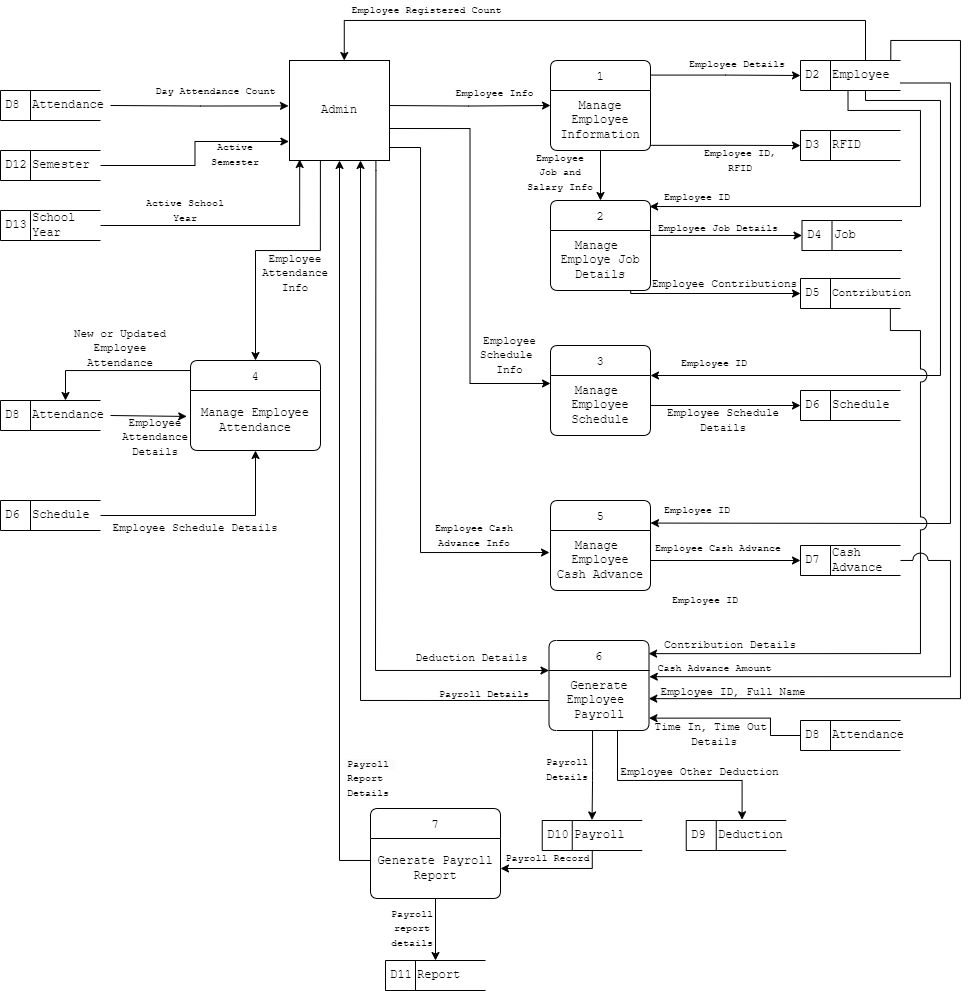
This is DOCUMENTS/New Admin Module.png from lester-afk/Payroll-System, a draw.io export, as it was before one commit. Source tidied: cells renumbered, new cells last; positions are measured from the earlier drawing's top-left corner, leaving out a move shared by most shapes.
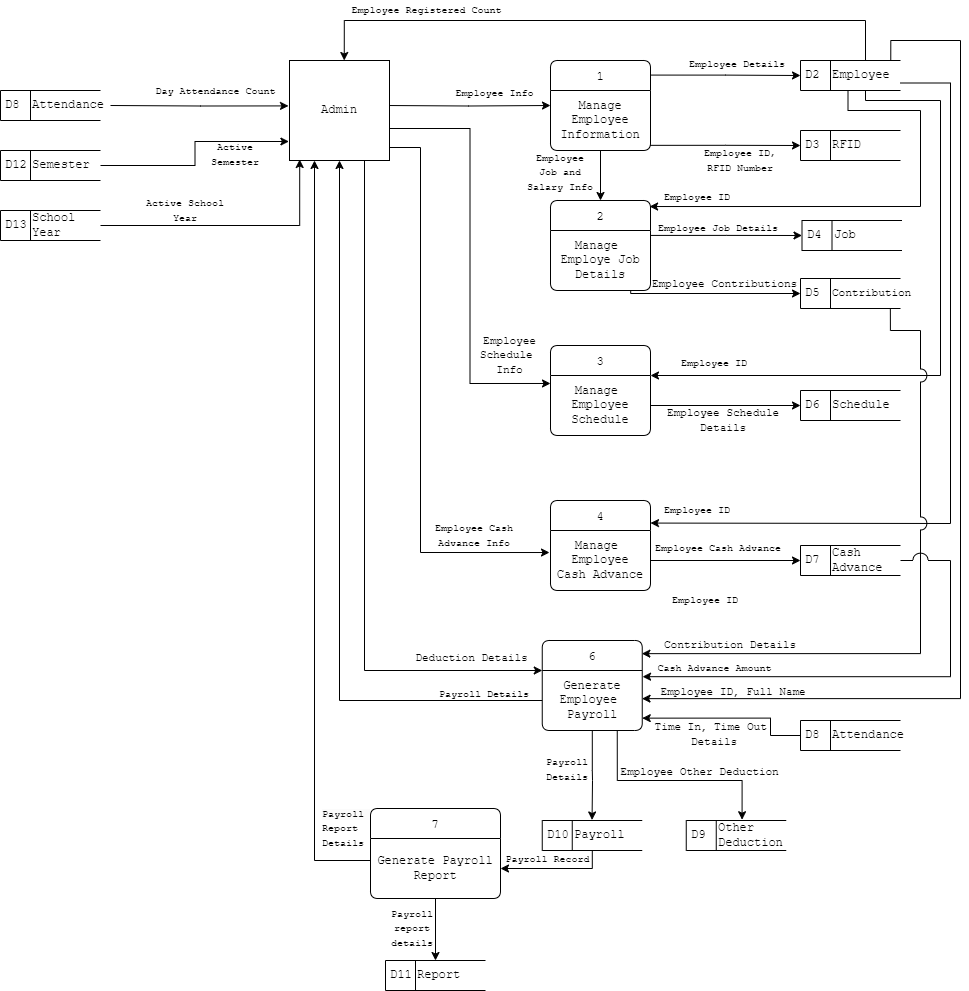
Above is the later version.

Diff of the diagram source:
```diff
@@ -83,7 +83,7 @@
     <mxCell id="18" value="Manage&amp;nbsp;&lt;br&gt;Employee&lt;div&gt;Schedule&lt;/div&gt;" style="text;html=1;align=center;verticalAlign=middle;whiteSpace=wrap;rounded=0;fontFamily=Courier New;" parent="17" vertex="1">
       <mxGeometry y="30" width="100" height="60" as="geometry" />
     </mxCell>
-    <mxCell id="19" value="5" style="swimlane;fontStyle=0;horizontal=1;startSize=30;fillColor=#ffffff;swimlaneFillColor=#ffffff;absoluteArcSize=1;arcSize=15;rounded=1;fontFamily=Courier New;" parent="1" vertex="1">
+    <mxCell id="19" value="4" style="swimlane;fontStyle=0;horizontal=1;startSize=30;fillColor=#ffffff;swimlaneFillColor=#ffffff;absoluteArcSize=1;arcSize=15;rounded=1;fontFamily=Courier New;" parent="1" vertex="1">
       <mxGeometry x="550" y="500" width="100" height="90" as="geometry" />
     </mxCell>
     <mxCell id="20" value="Manage&amp;nbsp;&lt;br&gt;Employee&lt;br&gt;Cash Advance" style="text;html=1;align=center;verticalAlign=middle;whiteSpace=wrap;rounded=0;fontFamily=Courier New;" parent="19" vertex="1">
@@ -102,7 +102,7 @@
       <mxGeometry x="830" y="545" width="70" height="30" as="geometry" />
     </mxCell>
     <mxCell id="25" value="6" style="swimlane;fontStyle=0;horizontal=1;startSize=30;fillColor=#ffffff;swimlaneFillColor=#ffffff;absoluteArcSize=1;arcSize=15;rounded=1;fontFamily=Courier New;" parent="1" vertex="1">
-      <mxGeometry x="548.5" y="640" width="100" height="90" as="geometry" />
+      <mxGeometry x="541.8" y="640" width="100" height="90" as="geometry" />
     </mxCell>
     <mxCell id="26" value="Generate&lt;div&gt;Employee&amp;nbsp;&lt;div&gt;Payroll&lt;/div&gt;&lt;/div&gt;" style="text;html=1;align=center;verticalAlign=middle;whiteSpace=wrap;rounded=0;fontFamily=Courier New;" parent="25" vertex="1">
       <mxGeometry y="30" width="100" height="60" as="geometry" />
@@ -138,7 +138,7 @@
     <mxCell id="34" value="&lt;font style=&quot;font-size: 10px;&quot;&gt;Employee Details&lt;/font&gt;" style="text;html=1;align=center;verticalAlign=middle;whiteSpace=wrap;rounded=0;fontFamily=Courier New;" parent="1" vertex="1">
       <mxGeometry x="684.2" y="54" width="105.8" height="20" as="geometry" />
     </mxCell>
-    <mxCell id="35" value="&lt;font style=&quot;font-size: 10px;&quot;&gt;Employee ID, RFID&lt;/font&gt;" style="text;html=1;align=center;verticalAlign=middle;whiteSpace=wrap;rounded=0;fontFamily=Courier New;" parent="1" vertex="1">
+    <mxCell id="35" value="&lt;font style=&quot;font-size: 10px;&quot;&gt;Employee ID, RFID Number&lt;/font&gt;" style="text;html=1;align=center;verticalAlign=middle;whiteSpace=wrap;rounded=0;fontFamily=Courier New;" parent="1" vertex="1">
       <mxGeometry x="690" y="150" width="100" height="20" as="geometry" />
     </mxCell>
     <mxCell id="36" value="&lt;font style=&quot;font-size: 10px;&quot;&gt;Employee Job&amp;nbsp;&lt;/font&gt;&lt;span style=&quot;font-size: 10px; background-color: initial;&quot;&gt;and Salary&amp;nbsp;&lt;/span&gt;&lt;span style=&quot;font-size: 10px; background-color: initial;&quot;&gt;Info&lt;/span&gt;" style="text;html=1;align=center;verticalAlign=middle;whiteSpace=wrap;rounded=0;fontFamily=Courier New;" parent="1" vertex="1">
@@ -269,18 +269,17 @@
     <mxCell id="69" value="&lt;div style=&quot;text-align: center;&quot;&gt;&lt;span style=&quot;font-size: 10px;&quot;&gt;Payroll report details&lt;/span&gt;&lt;/div&gt;" style="text;whiteSpace=wrap;html=1;fontFamily=Courier New;" parent="1" vertex="1">
       <mxGeometry x="389" y="900" width="30" height="32" as="geometry" />
     </mxCell>
-    <mxCell id="70" style="edgeStyle=orthogonalEdgeStyle;rounded=0;jettySize=auto;html=1;exitX=0;exitY=0.5;exitDx=0;exitDy=0;fontFamily=Courier New;" parent="1" edge="1" source="26">
+    <mxCell id="70" style="edgeStyle=orthogonalEdgeStyle;rounded=0;jettySize=auto;html=1;exitX=0;exitY=0.5;exitDx=0;exitDy=0;entryX=0.5;entryY=1;entryDx=0;entryDy=0;fontFamily=Courier New;" parent="1" edge="1" source="26" target="91">
       <mxGeometry relative="1" as="geometry">
-        <mxPoint x="360" y="160" as="targetPoint" />
         <Array as="points">
-          <mxPoint x="360" y="700" />
+          <mxPoint x="339" y="700" />
         </Array>
       </mxGeometry>
     </mxCell>
-    <mxCell id="71" style="edgeStyle=orthogonalEdgeStyle;rounded=0;jettySize=auto;html=1;entryX=0.5;entryY=1;entryDx=0;entryDy=0;fontFamily=Courier New;" parent="1" edge="1" source="64" target="91">
+    <mxCell id="71" style="edgeStyle=orthogonalEdgeStyle;rounded=0;jettySize=auto;html=1;entryX=0.25;entryY=1;entryDx=0;entryDy=0;fontFamily=Courier New;" parent="1" edge="1" source="64" target="91">
       <mxGeometry relative="1" as="geometry">
         <Array as="points">
-          <mxPoint x="339" y="860" />
+          <mxPoint x="314" y="860" />
         </Array>
       </mxGeometry>
     </mxCell>
@@ -288,7 +287,7 @@
       <mxGeometry x="433.5" y="689" width="100" height="10" as="geometry" />
     </mxCell>
     <mxCell id="73" value="&lt;span style=&quot;color: rgb(0, 0, 0); font-size: 10px; font-style: normal; font-variant-ligatures: normal; font-variant-caps: normal; font-weight: 400; letter-spacing: normal; orphans: 2; text-align: center; text-indent: 0px; text-transform: none; widows: 2; word-spacing: 0px; -webkit-text-stroke-width: 0px; white-space: normal; background-color: rgb(251, 251, 251); text-decoration-thickness: initial; text-decoration-style: initial; text-decoration-color: initial; float: none; display: inline !important;&quot;&gt;Payroll&amp;nbsp;&lt;/span&gt;&lt;div&gt;&lt;span style=&quot;font-size: 10px; text-align: center;&quot;&gt;Report&amp;nbsp;&lt;/span&gt;&lt;/div&gt;&lt;div&gt;&lt;span style=&quot;background-color: initial; font-size: 10px; text-align: center;&quot;&gt;Details&lt;/span&gt;&lt;/div&gt;" style="text;whiteSpace=wrap;html=1;fontFamily=Courier New;" parent="1" vertex="1">
-      <mxGeometry x="345" y="750" width="35" height="50" as="geometry" />
+      <mxGeometry x="319.5" y="800" width="35" height="50" as="geometry" />
     </mxCell>
     <mxCell id="74" value="&lt;font style=&quot;font-size: 11px;&quot;&gt;Employee Schedule&amp;nbsp;&lt;/font&gt;&lt;div&gt;&lt;span style=&quot;font-size: 11px; background-color: initial;&quot;&gt;Info&lt;/span&gt;&lt;/div&gt;" style="text;html=1;align=center;verticalAlign=middle;whiteSpace=wrap;rounded=0;fontFamily=Courier New;" parent="1" vertex="1">
       <mxGeometry x="485" y="330" width="48.5" height="50" as="geometry" />
@@ -337,22 +336,13 @@
     <mxCell id="88" value="&lt;font style=&quot;font-size: 10px;&quot;&gt;Active School Year&lt;/font&gt;" style="text;html=1;align=center;verticalAlign=middle;whiteSpace=wrap;rounded=0;fontFamily=Courier New;" parent="1" vertex="1">
       <mxGeometry x="140" y="199" width="90" height="21" as="geometry" />
     </mxCell>
-    <mxCell id="89" style="edgeStyle=orthogonalEdgeStyle;rounded=0;jettySize=auto;html=1;exitX=0.864;exitY=1.002;exitDx=0;exitDy=0;entryX=0;entryY=0;entryDx=0;entryDy=0;exitPerimeter=0;" parent="1" edge="1" source="91" target="26">
+    <mxCell id="89" style="edgeStyle=orthogonalEdgeStyle;rounded=0;jettySize=auto;html=1;exitX=0.75;exitY=1;exitDx=0;exitDy=0;entryX=0;entryY=0;entryDx=0;entryDy=0;" parent="1" edge="1" source="91" target="26">
       <mxGeometry relative="1" as="geometry">
         <Array as="points">
-          <mxPoint x="375" y="170" />
-          <mxPoint x="375" y="670" />
+          <mxPoint x="364" y="670" />
         </Array>
       </mxGeometry>
     </mxCell>
-    <mxCell id="90" style="edgeStyle=orthogonalEdgeStyle;rounded=0;jettySize=auto;html=1;exitX=0.309;exitY=0.998;exitDx=0;exitDy=0;entryX=0.5;entryY=0;entryDx=0;entryDy=0;exitPerimeter=0;" parent="1" edge="1" source="91" target="99">
-      <mxGeometry relative="1" as="geometry">
-        <Array as="points">
-          <mxPoint x="320" y="250" />
-          <mxPoint x="255" y="250" />
-        </Array>
-      </mxGeometry>
-    </mxCell>
     <mxCell id="91" value="Admin" style="whiteSpace=wrap;html=1;fontFamily=Courier New;" parent="1" vertex="1">
       <mxGeometry x="289" y="60" width="100" height="100" as="geometry" />
     </mxCell>
@@ -375,7 +365,7 @@
     <mxCell id="96" value="D9" style="html=1;dashed=0;whiteSpace=wrap;shape=mxgraph.dfd.dataStoreID;align=left;spacingLeft=3;fontFamily=Courier New;" parent="1" vertex="1">
       <mxGeometry x="685.8" y="820" width="100" height="30" as="geometry" />
     </mxCell>
-    <mxCell id="97" value="Deduction" style="text;html=1;align=left;verticalAlign=middle;whiteSpace=wrap;rounded=0;fontFamily=Courier New;" parent="1" vertex="1">
+    <mxCell id="97" value="Other Deduction" style="text;html=1;align=left;verticalAlign=middle;whiteSpace=wrap;rounded=0;fontFamily=Courier New;" parent="1" vertex="1">
       <mxGeometry x="715.8" y="820" width="70" height="30" as="geometry" />
     </mxCell>
     <mxCell id="98" style="edgeStyle=orthogonalEdgeStyle;rounded=0;jettySize=auto;html=1;exitX=0.75;exitY=1;exitDx=0;exitDy=0;entryX=0.369;entryY=-0.026;entryDx=0;entryDy=0;entryPerimeter=0;fontFamily=Courier New;" parent="1" edge="1" source="26" target="97">
@@ -386,46 +376,5 @@
         </Array>
       </mxGeometry>
     </mxCell>
-    <mxCell id="99" value="4" style="swimlane;fontStyle=0;horizontal=1;startSize=30;fillColor=#ffffff;swimlaneFillColor=#ffffff;absoluteArcSize=1;arcSize=15;rounded=1;fontFamily=Courier New;" parent="1" vertex="1">
-      <mxGeometry x="190" y="360" width="130" height="90" as="geometry" />
-    </mxCell>
-    <mxCell id="100" value="Manage Employee Attendance" style="text;html=1;align=center;verticalAlign=middle;whiteSpace=wrap;rounded=0;fontFamily=Courier New;" parent="99" vertex="1">
-      <mxGeometry y="30" width="130" height="60" as="geometry" />
-    </mxCell>
-    <mxCell id="101" value="D8" style="html=1;dashed=0;whiteSpace=wrap;shape=mxgraph.dfd.dataStoreID;align=left;spacingLeft=3;fontFamily=Courier New;" parent="1" vertex="1">
-      <mxGeometry y="400" width="100" height="30" as="geometry" />
-    </mxCell>
-    <mxCell id="102" value="Attendance" style="text;html=1;align=left;verticalAlign=middle;whiteSpace=wrap;rounded=0;fontFamily=Courier New;" parent="1" vertex="1">
-      <mxGeometry x="30" y="400" width="70" height="30" as="geometry" />
-    </mxCell>
-    <mxCell id="103" style="edgeStyle=orthogonalEdgeStyle;rounded=0;jettySize=auto;html=1;entryX=-0.029;entryY=0.432;entryDx=0;entryDy=0;entryPerimeter=0;" parent="1" edge="1" target="100">
-      <mxGeometry relative="1" as="geometry">
-        <mxPoint x="110" y="415" as="sourcePoint" />
-      </mxGeometry>
-    </mxCell>
-    <mxCell id="104" style="edgeStyle=orthogonalEdgeStyle;rounded=0;jettySize=auto;html=1;exitX=0;exitY=0;exitDx=0;exitDy=0;entryX=0.5;entryY=0;entryDx=0;entryDy=0;" parent="1" edge="1" source="100" target="102">
-      <mxGeometry relative="1" as="geometry" />
-    </mxCell>
-    <mxCell id="105" value="D6" style="html=1;dashed=0;whiteSpace=wrap;shape=mxgraph.dfd.dataStoreID;align=left;spacingLeft=3;fontFamily=Courier New;" parent="1" vertex="1">
-      <mxGeometry y="500" width="100" height="30" as="geometry" />
-    </mxCell>
-    <mxCell id="106" style="edgeStyle=orthogonalEdgeStyle;rounded=0;jettySize=auto;html=1;exitX=1;exitY=0.5;exitDx=0;exitDy=0;entryX=0.5;entryY=1;entryDx=0;entryDy=0;" parent="1" edge="1" source="107" target="100">
-      <mxGeometry relative="1" as="geometry" />
-    </mxCell>
-    <mxCell id="107" value="Schedule" style="text;html=1;align=left;verticalAlign=middle;whiteSpace=wrap;rounded=0;fontFamily=Courier New;" parent="1" vertex="1">
-      <mxGeometry x="30" y="500" width="70" height="30" as="geometry" />
-    </mxCell>
-    <mxCell id="108" value="&lt;font style=&quot;font-size: 11px;&quot;&gt;Employee Schedule Details&lt;/font&gt;" style="text;html=1;align=center;verticalAlign=middle;whiteSpace=wrap;rounded=0;fontFamily=Courier New;" parent="1" vertex="1">
-      <mxGeometry x="110.5" y="520" width="170" height="15" as="geometry" />
-    </mxCell>
-    <mxCell id="109" value="&lt;font style=&quot;font-size: 11px;&quot;&gt;Employee Attendance Details&lt;/font&gt;" style="text;html=1;align=center;verticalAlign=middle;whiteSpace=wrap;rounded=0;fontFamily=Courier New;" parent="1" vertex="1">
-      <mxGeometry x="120" y="420" width="70" height="35" as="geometry" />
-    </mxCell>
-    <mxCell id="110" value="&lt;font style=&quot;font-size: 11px;&quot;&gt;New or Updated Employee Attendance&lt;/font&gt;" style="text;html=1;align=center;verticalAlign=middle;whiteSpace=wrap;rounded=0;fontFamily=Courier New;" parent="1" vertex="1">
-      <mxGeometry x="60" y="335" width="120" height="25" as="geometry" />
-    </mxCell>
-    <mxCell id="111" value="&lt;font style=&quot;font-size: 11px;&quot;&gt;Employee Attendance&lt;br&gt;Info&lt;/font&gt;" style="text;html=1;align=center;verticalAlign=middle;whiteSpace=wrap;rounded=0;fontFamily=Courier New;" parent="1" vertex="1">
-      <mxGeometry x="270" y="255" width="50" height="35" as="geometry" />
-    </mxCell>
   </root>
 </mxGraphModel>
```
